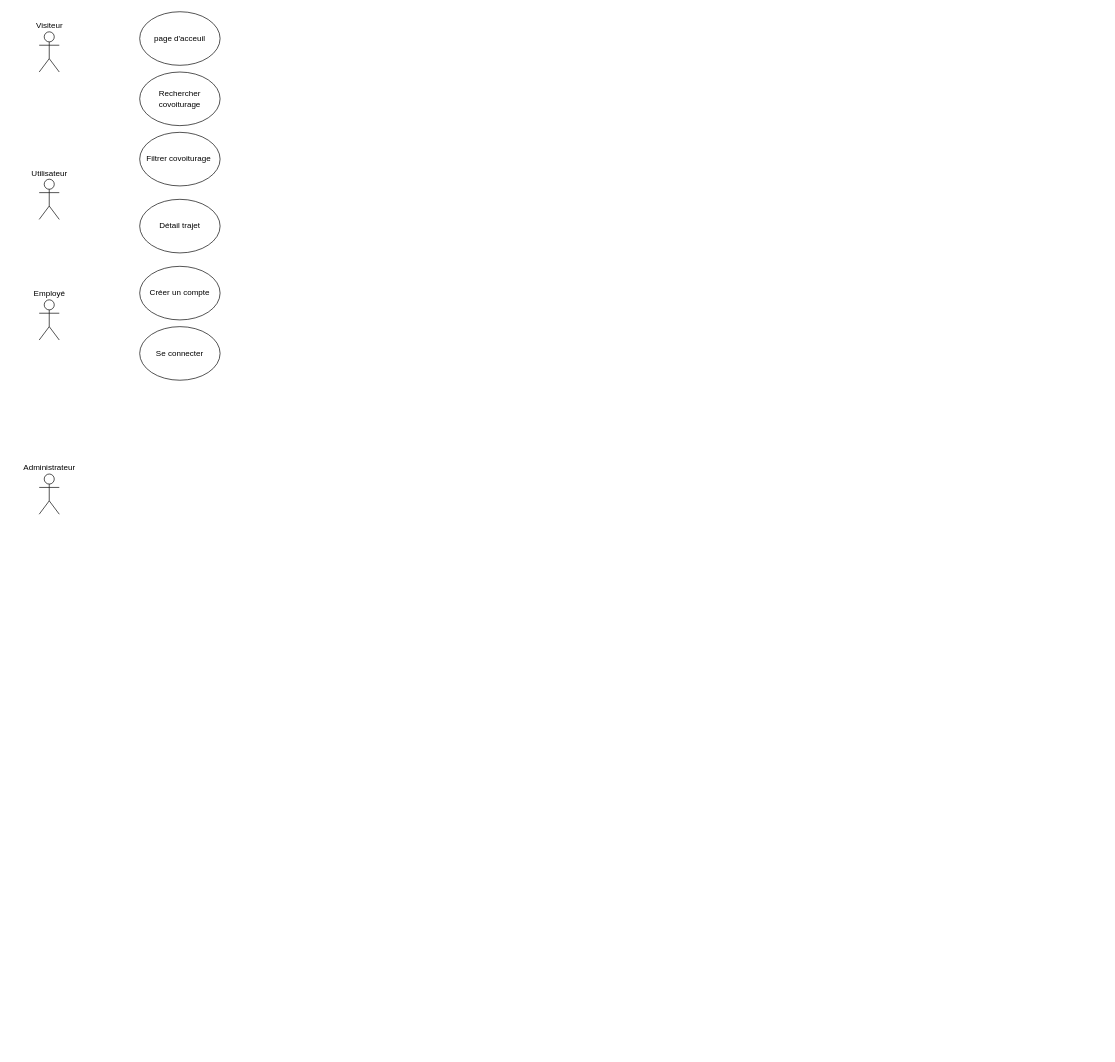
julien782/covoiturage keeps this draw.io diagram as Diagramme cas d'utilisation ecoride.drawio. Above is the earlier version. Source tidied: cells renumbered, new cells numbered last; positions are measured from the earlier drawing's top-left corner, leaving out a move shared by most shapes. Both pictures are drawn from the tidied source at 67%, with x=0, y=0 at pixel (39, 11).
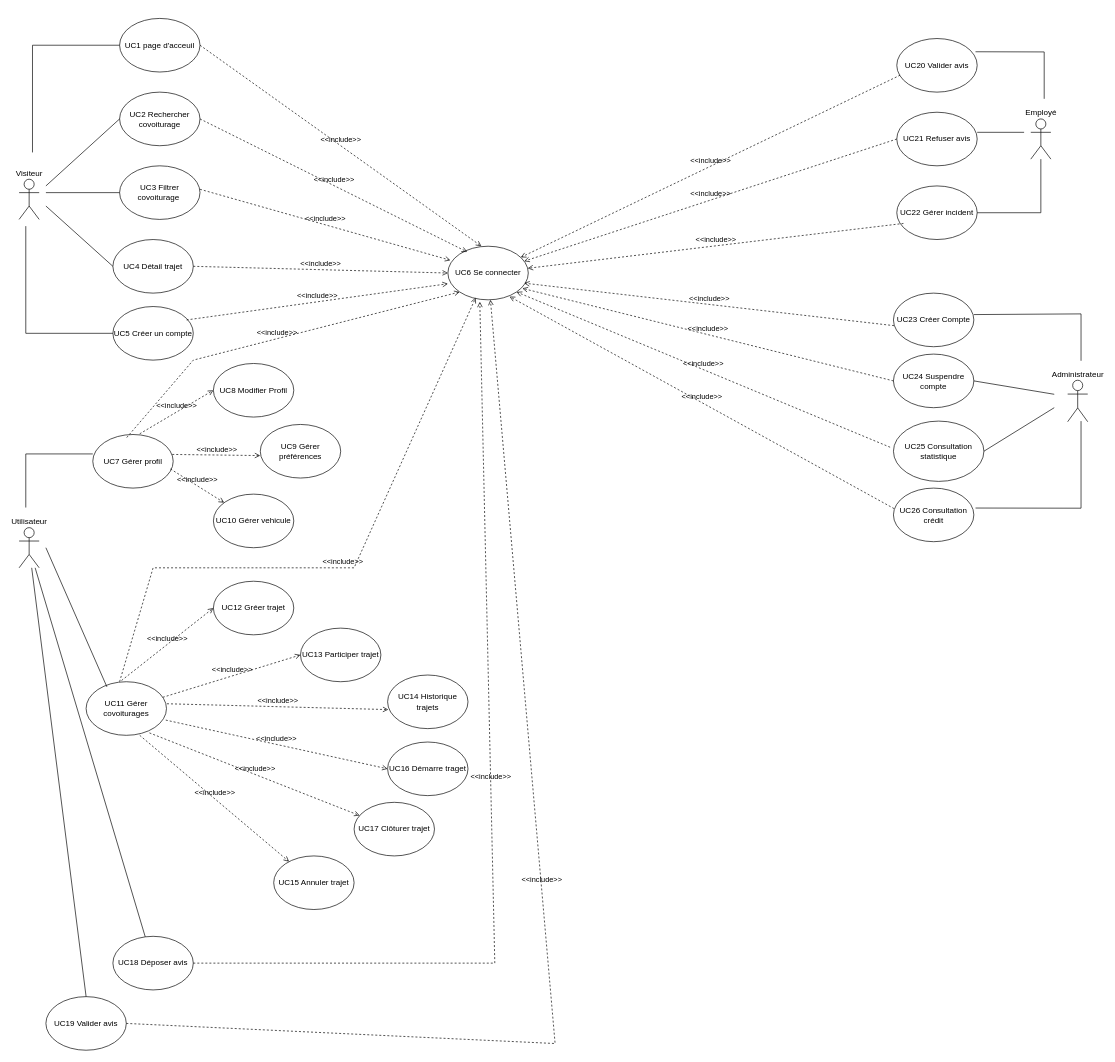
After the change.

Commit message:
Mettre à jour Diagramme cas d'utilisation ecoride.drawio

Change to the diagram source:
```diff
@@
     <mxCell id="2" value="Visiteur" style="shape=umlActor;verticalLabelPosition=top;verticalAlign=bottom;html=1;labelPosition=center;align=center;" parent="1" vertex="1">
-      <mxGeometry y="30" width="30" height="60" as="geometry" />
+      <mxGeometry x="-30" y="250" width="30" height="60" as="geometry" />
     </mxCell>
     <mxCell id="3" value="Utilisateur" style="shape=umlActor;verticalLabelPosition=top;verticalAlign=bottom;html=1;outlineConnect=0;labelPosition=center;align=center;" parent="1" vertex="1">
-      <mxGeometry y="250" width="30" height="60" as="geometry" />
+      <mxGeometry x="-30" y="770" width="30" height="60" as="geometry" />
     </mxCell>
     <mxCell id="4" value="Employé" style="shape=umlActor;verticalLabelPosition=top;verticalAlign=bottom;html=1;outlineConnect=0;labelPosition=center;align=center;" parent="1" vertex="1">
-      <mxGeometry y="430" width="30" height="60" as="geometry" />
+      <mxGeometry x="1480" y="160" width="30" height="60" as="geometry" />
     </mxCell>
-    <mxCell id="5" value="Administrateur" style="shape=umlActor;verticalLabelPosition=top;verticalAlign=bottom;html=1;labelPosition=center;align=center;" parent="1" vertex="1">
-      <mxGeometry y="690" width="30" height="60" as="geometry" />
-    </mxCell>
-    <mxCell id="6" value="page d'acceuil" style="ellipse;whiteSpace=wrap;html=1;" parent="1" vertex="1">
-      <mxGeometry x="150" width="120" height="80" as="geometry" />
+    <mxCell id="6" value="UC1 page d'acceuil" style="ellipse;whiteSpace=wrap;html=1;" parent="1" vertex="1">
+      <mxGeometry x="120" y="10" width="120" height="80" as="geometry" />
     </mxCell>
-    <mxCell id="7" value="Rechercher covoiturage" style="ellipse;whiteSpace=wrap;html=1;" parent="1" vertex="1">
-      <mxGeometry x="150" y="90" width="120" height="80" as="geometry" />
+    <mxCell id="7" value="UC2 Rechercher covoiturage" style="ellipse;whiteSpace=wrap;html=1;" parent="1" vertex="1">
+      <mxGeometry x="120" y="120" width="120" height="80" as="geometry" />
     </mxCell>
-    <mxCell id="8" value="Filtrer covoiturage&amp;nbsp;" style="ellipse;whiteSpace=wrap;html=1;" parent="1" vertex="1">
-      <mxGeometry x="150" y="180" width="120" height="80" as="geometry" />
+    <mxCell id="8" value="UC3 Filtrer covoiturage&amp;nbsp;" style="ellipse;whiteSpace=wrap;html=1;" parent="1" vertex="1">
+      <mxGeometry x="120" y="230" width="120" height="80" as="geometry" />
     </mxCell>
-    <mxCell id="9" value="Détail trajet" style="ellipse;whiteSpace=wrap;html=1;" parent="1" vertex="1">
-      <mxGeometry x="150" y="280" width="120" height="80" as="geometry" />
+    <mxCell id="9" value="UC4 Détail trajet" style="ellipse;whiteSpace=wrap;html=1;" parent="1" vertex="1">
+      <mxGeometry x="110" y="340" width="120" height="80" as="geometry" />
     </mxCell>
-    <mxCell id="10" value="Créer un compte" style="ellipse;whiteSpace=wrap;html=1;" parent="1" vertex="1">
-      <mxGeometry x="150" y="380" width="120" height="80" as="geometry" />
+    <mxCell id="10" value="UC5 Créer un compte" style="ellipse;whiteSpace=wrap;html=1;" parent="1" vertex="1">
+      <mxGeometry x="110" y="440" width="120" height="80" as="geometry" />
     </mxCell>
-    <mxCell id="11" value="Se connecter" style="ellipse;whiteSpace=wrap;html=1;" parent="1" vertex="1">
-      <mxGeometry x="150" y="470" width="120" height="80" as="geometry" />
+    <mxCell id="11" value="UC6 Se connecter" style="ellipse;whiteSpace=wrap;html=1;" parent="1" vertex="1">
+      <mxGeometry x="610" y="350" width="120" height="80" as="geometry" />
     </mxCell>
+    <mxCell id="12" value="UC7 Gérer profil" style="ellipse;whiteSpace=wrap;html=1;" parent="1" vertex="1">
+      <mxGeometry x="80" y="631" width="120" height="80" as="geometry" />
+    </mxCell>
+    <mxCell id="13" value="UC8 Modifier Profil" style="ellipse;whiteSpace=wrap;html=1;" parent="1" vertex="1">
+      <mxGeometry x="260" y="525" width="120" height="80" as="geometry" />
+    </mxCell>
+    <mxCell id="14" value="UC10 Gérer vehicule" style="ellipse;whiteSpace=wrap;html=1;" parent="1" vertex="1">
+      <mxGeometry x="260" y="720" width="120" height="80" as="geometry" />
+    </mxCell>
+    <mxCell id="15" value="UC11 Gérer covoiturages" style="ellipse;whiteSpace=wrap;html=1;" parent="1" vertex="1">
+      <mxGeometry x="70" y="1000" width="120" height="80" as="geometry" />
+    </mxCell>
+    <mxCell id="16" value="UC12 Gréer trajet" style="ellipse;whiteSpace=wrap;html=1;" parent="1" vertex="1">
+      <mxGeometry x="260" y="850" width="120" height="80" as="geometry" />
+    </mxCell>
+    <mxCell id="17" value="UC13 Participer trajet" style="ellipse;whiteSpace=wrap;html=1;" parent="1" vertex="1">
+      <mxGeometry x="390" y="920" width="120" height="80" as="geometry" />
+    </mxCell>
+    <mxCell id="18" value="UC14 Historique trajets" style="ellipse;whiteSpace=wrap;html=1;" parent="1" vertex="1">
+      <mxGeometry x="520" y="990" width="120" height="80" as="geometry" />
+    </mxCell>
+    <mxCell id="19" value="UC16 Démarre traget" style="ellipse;whiteSpace=wrap;html=1;" parent="1" vertex="1">
+      <mxGeometry x="520" y="1090" width="120" height="80" as="geometry" />
+    </mxCell>
+    <mxCell id="20" value="UC15 Annuler trajet" style="ellipse;whiteSpace=wrap;html=1;" parent="1" vertex="1">
+      <mxGeometry x="350" y="1260" width="120" height="80" as="geometry" />
+    </mxCell>
+    <mxCell id="21" value="UC17 Clôturer trajet" style="ellipse;whiteSpace=wrap;html=1;" parent="1" vertex="1">
+      <mxGeometry x="470" y="1180" width="120" height="80" as="geometry" />
+    </mxCell>
+    <mxCell id="22" value="UC18 Déposer avis" style="ellipse;whiteSpace=wrap;html=1;" parent="1" vertex="1">
+      <mxGeometry x="110" y="1380" width="120" height="80" as="geometry" />
+    </mxCell>
+    <mxCell id="23" value="UC19 Valider avis" style="ellipse;whiteSpace=wrap;html=1;" parent="1" vertex="1">
+      <mxGeometry x="10" y="1470" width="120" height="80" as="geometry" />
+    </mxCell>
+    <mxCell id="24" value="UC20 Valider avis" style="ellipse;whiteSpace=wrap;html=1;" parent="1" vertex="1">
+      <mxGeometry x="1280" y="40" width="120" height="80" as="geometry" />
+    </mxCell>
+    <mxCell id="25" value="UC21 Refuser avis" style="ellipse;whiteSpace=wrap;html=1;" parent="1" vertex="1">
+      <mxGeometry x="1280" y="150" width="120" height="80" as="geometry" />
+    </mxCell>
+    <mxCell id="26" value="UC22 Gérer incident" style="ellipse;whiteSpace=wrap;html=1;" parent="1" vertex="1">
+      <mxGeometry x="1280" y="260" width="120" height="80" as="geometry" />
+    </mxCell>
+    <mxCell id="27" style="endArrow=none;html=1;rounded=0;entryX=1;entryY=0.5;entryDx=0;entryDy=0;" parent="1" edge="1" source="4" target="26">
+      <mxGeometry relative="1" as="geometry">
+        <Array as="points">
+          <mxPoint x="1495" y="300" />
+        </Array>
+      </mxGeometry>
+    </mxCell>
+    <mxCell id="28" style="endArrow=none;html=1;rounded=0;entryX=0.979;entryY=0.247;entryDx=0;entryDy=0;entryPerimeter=0;" parent="1" edge="1" target="24">
+      <mxGeometry relative="1" as="geometry">
+        <mxPoint x="1500" y="130" as="sourcePoint" />
+        <Array as="points">
+          <mxPoint x="1500" y="60" />
+        </Array>
+      </mxGeometry>
+    </mxCell>
+    <mxCell id="29" style="endArrow=none;html=1;rounded=0;" parent="1" edge="1">
+      <mxGeometry relative="1" as="geometry">
+        <mxPoint x="1470" y="180" as="sourcePoint" />
+        <mxPoint x="1400" y="180" as="targetPoint" />
+      </mxGeometry>
+    </mxCell>
+    <mxCell id="30" value="&amp;lt;&amp;lt;include&amp;gt;&amp;gt;" style="edgeStyle=none;html=1;endArrow=open;verticalAlign=bottom;dashed=1;labelBackgroundColor=none;rounded=0;exitX=0.042;exitY=0.684;exitDx=0;exitDy=0;exitPerimeter=0;" parent="1" edge="1" source="24" target="11">
+      <mxGeometry relative="1" as="geometry" />
+    </mxCell>
+    <mxCell id="31" value="&amp;lt;&amp;lt;include&amp;gt;&amp;gt;" style="edgeStyle=none;html=1;endArrow=open;verticalAlign=bottom;dashed=1;labelBackgroundColor=none;rounded=0;exitX=0;exitY=0.5;exitDx=0;exitDy=0;" parent="1" edge="1" source="25" target="11">
+      <mxGeometry relative="1" as="geometry" />
+    </mxCell>
+    <mxCell id="32" value="&amp;lt;&amp;lt;include&amp;gt;&amp;gt;" style="edgeStyle=none;html=1;endArrow=open;verticalAlign=bottom;dashed=1;labelBackgroundColor=none;rounded=0;exitX=0.083;exitY=0.7;exitDx=0;exitDy=0;exitPerimeter=0;" parent="1" edge="1" source="26" target="11">
+      <mxGeometry relative="1" as="geometry" />
+    </mxCell>
+    <mxCell id="33" style="edgeStyle=none;html=1;endArrow=none;verticalAlign=bottom;rounded=0;entryX=0;entryY=0.5;entryDx=0;entryDy=0;" parent="1" edge="1" target="6">
+      <mxGeometry relative="1" as="geometry">
+        <mxPoint x="-10" y="210" as="sourcePoint" />
+        <Array as="points">
+          <mxPoint x="-10" y="50" />
+        </Array>
+      </mxGeometry>
+    </mxCell>
+    <mxCell id="34" style="edgeStyle=none;html=1;endArrow=none;verticalAlign=bottom;rounded=0;entryX=0;entryY=0.5;entryDx=0;entryDy=0;" parent="1" edge="1" target="7">
+      <mxGeometry relative="1" as="geometry">
+        <mxPoint x="10" y="260" as="sourcePoint" />
+      </mxGeometry>
+    </mxCell>
+    <mxCell id="35" style="edgeStyle=none;html=1;endArrow=none;verticalAlign=bottom;rounded=0;entryX=0;entryY=0.5;entryDx=0;entryDy=0;" parent="1" edge="1" target="8">
+      <mxGeometry relative="1" as="geometry">
+        <mxPoint x="10" y="270" as="sourcePoint" />
+      </mxGeometry>
+    </mxCell>
+    <mxCell id="36" style="edgeStyle=none;html=1;endArrow=none;verticalAlign=bottom;rounded=0;entryX=0;entryY=0.5;entryDx=0;entryDy=0;" parent="1" edge="1" target="10">
+      <mxGeometry relative="1" as="geometry">
+        <mxPoint x="-20" y="320" as="sourcePoint" />
+        <Array as="points">
+          <mxPoint x="-20" y="480" />
+        </Array>
+      </mxGeometry>
+    </mxCell>
+    <mxCell id="37" style="edgeStyle=none;html=1;endArrow=none;verticalAlign=bottom;rounded=0;entryX=0;entryY=0.5;entryDx=0;entryDy=0;" parent="1" edge="1" target="9">
+      <mxGeometry relative="1" as="geometry">
+        <mxPoint x="10" y="290" as="sourcePoint" />
+      </mxGeometry>
+    </mxCell>
+    <mxCell id="38" value="&amp;lt;&amp;lt;include&amp;gt;&amp;gt;" style="edgeStyle=none;html=1;endArrow=open;verticalAlign=bottom;dashed=1;labelBackgroundColor=none;rounded=0;exitX=1;exitY=0.5;exitDx=0;exitDy=0;entryX=0.24;entryY=0.106;entryDx=0;entryDy=0;entryPerimeter=0;" parent="1" edge="1" target="11">
+      <mxGeometry relative="1" as="geometry">
+        <mxPoint x="240" y="160" as="sourcePoint" />
+      </mxGeometry>
+    </mxCell>
+    <mxCell id="39" value="&amp;lt;&amp;lt;include&amp;gt;&amp;gt;" style="edgeStyle=none;html=1;endArrow=open;verticalAlign=bottom;dashed=1;labelBackgroundColor=none;rounded=0;exitX=1;exitY=0.5;exitDx=0;exitDy=0;entryX=0.031;entryY=0.262;entryDx=0;entryDy=0;entryPerimeter=0;" parent="1" edge="1" target="11">
+      <mxGeometry relative="1" as="geometry">
+        <mxPoint x="240" y="265" as="sourcePoint" />
+      </mxGeometry>
+    </mxCell>
+    <mxCell id="40" value="&amp;lt;&amp;lt;include&amp;gt;&amp;gt;" style="edgeStyle=none;html=1;endArrow=open;verticalAlign=bottom;dashed=1;labelBackgroundColor=none;rounded=0;exitX=1;exitY=0.5;exitDx=0;exitDy=0;entryX=0;entryY=0.5;entryDx=0;entryDy=0;" parent="1" edge="1" source="9" target="11">
+      <mxGeometry relative="1" as="geometry" />
+    </mxCell>
+    <mxCell id="41" value="&amp;lt;&amp;lt;include&amp;gt;&amp;gt;" style="edgeStyle=none;html=1;endArrow=open;verticalAlign=bottom;dashed=1;labelBackgroundColor=none;rounded=0;exitX=1;exitY=0.5;exitDx=0;exitDy=0;entryX=0;entryY=0.7;entryDx=0;entryDy=0;entryPerimeter=0;" parent="1" edge="1" target="11">
+      <mxGeometry relative="1" as="geometry">
+        <mxPoint x="220" y="460" as="sourcePoint" />
+      </mxGeometry>
+    </mxCell>
+    <mxCell id="5" value="Administrateur" style="shape=umlActor;verticalLabelPosition=top;verticalAlign=bottom;html=1;labelPosition=center;align=center;" parent="1" vertex="1">
+      <mxGeometry x="1535" y="550" width="30" height="62" as="geometry" />
+    </mxCell>
+    <mxCell id="42" value="UC23 Créer Compte" style="ellipse;whiteSpace=wrap;html=1;" parent="1" vertex="1">
+      <mxGeometry x="1275" y="420" width="120" height="80" as="geometry" />
+    </mxCell>
+    <mxCell id="43" value="UC24 Suspendre compte" style="ellipse;whiteSpace=wrap;html=1;" parent="1" vertex="1">
+      <mxGeometry x="1275" y="511" width="120" height="80" as="geometry" />
+    </mxCell>
+    <mxCell id="44" value="UC25 Consultation statistique" style="ellipse;whiteSpace=wrap;html=1;" parent="1" vertex="1">
+      <mxGeometry x="1275" y="611" width="135" height="90" as="geometry" />
+    </mxCell>
+    <mxCell id="45" value="UC26 Consultation crédit" style="ellipse;whiteSpace=wrap;html=1;" parent="1" vertex="1">
+      <mxGeometry x="1275" y="711" width="120" height="80" as="geometry" />
+    </mxCell>
+    <mxCell id="46" style="edgeStyle=none;html=1;endArrow=none;verticalAlign=bottom;rounded=0;exitX=1;exitY=0.4;exitDx=0;exitDy=0;exitPerimeter=0;" parent="1" edge="1" source="42">
+      <mxGeometry relative="1" as="geometry">
+        <mxPoint x="1555" y="521" as="targetPoint" />
+        <Array as="points">
+          <mxPoint x="1555" y="451" />
+        </Array>
+      </mxGeometry>
+    </mxCell>
+    <mxCell id="47" style="edgeStyle=none;html=1;endArrow=none;verticalAlign=bottom;rounded=0;exitX=1;exitY=0.5;exitDx=0;exitDy=0;" parent="1" edge="1" source="43">
+      <mxGeometry relative="1" as="geometry">
+        <mxPoint x="1515" y="571" as="targetPoint" />
+      </mxGeometry>
+    </mxCell>
+    <mxCell id="48" style="edgeStyle=none;html=1;endArrow=none;verticalAlign=bottom;rounded=0;exitX=1;exitY=0.5;exitDx=0;exitDy=0;" parent="1" edge="1" source="44">
+      <mxGeometry relative="1" as="geometry">
+        <mxPoint x="1515" y="591" as="targetPoint" />
+      </mxGeometry>
+    </mxCell>
+    <mxCell id="49" style="edgeStyle=none;html=1;endArrow=none;verticalAlign=bottom;rounded=0;exitX=1.021;exitY=0.372;exitDx=0;exitDy=0;exitPerimeter=0;" parent="1" edge="1" source="45">
+      <mxGeometry relative="1" as="geometry">
+        <mxPoint x="1555" y="611" as="targetPoint" />
+        <Array as="points">
+          <mxPoint x="1555" y="741" />
+        </Array>
+      </mxGeometry>
+    </mxCell>
+    <mxCell id="50" style="edgeStyle=none;html=1;endArrow=none;verticalAlign=bottom;rounded=0;" parent="1" edge="1">
+      <mxGeometry relative="1" as="geometry">
+        <mxPoint x="80" y="660" as="sourcePoint" />
+        <mxPoint x="-20" y="740" as="targetPoint" />
+        <Array as="points">
+          <mxPoint x="-20" y="660" />
+        </Array>
+      </mxGeometry>
+    </mxCell>
+    <mxCell id="51" value="UC9 Gérer préférences" style="ellipse;whiteSpace=wrap;html=1;" parent="1" vertex="1">
+      <mxGeometry x="330" y="616" width="120" height="80" as="geometry" />
+    </mxCell>
+    <mxCell id="52" value="&amp;lt;&amp;lt;include&amp;gt;&amp;gt;" style="edgeStyle=none;html=1;endArrow=open;verticalAlign=bottom;dashed=1;labelBackgroundColor=none;rounded=0;entryX=0;entryY=0.5;entryDx=0;entryDy=0;" parent="1" edge="1" target="13">
+      <mxGeometry relative="1" as="geometry">
+        <mxPoint x="150" y="630" as="sourcePoint" />
+      </mxGeometry>
+    </mxCell>
+    <mxCell id="53" value="&amp;lt;&amp;lt;include&amp;gt;&amp;gt;" style="edgeStyle=none;html=1;endArrow=open;verticalAlign=bottom;dashed=1;labelBackgroundColor=none;rounded=0;exitX=0.988;exitY=0.372;exitDx=0;exitDy=0;exitPerimeter=0;entryX=-0.001;entryY=0.581;entryDx=0;entryDy=0;entryPerimeter=0;" parent="1" edge="1" source="12" target="51">
+      <mxGeometry relative="1" as="geometry" />
+    </mxCell>
+    <mxCell id="54" value="&amp;lt;&amp;lt;include&amp;gt;&amp;gt;" style="edgeStyle=none;html=1;endArrow=open;verticalAlign=bottom;dashed=1;labelBackgroundColor=none;rounded=0;exitX=0.966;exitY=0.643;exitDx=0;exitDy=0;exitPerimeter=0;" parent="1" edge="1" source="12" target="14">
+      <mxGeometry relative="1" as="geometry" />
+    </mxCell>
+    <mxCell id="55" style="edgeStyle=none;html=1;endArrow=none;verticalAlign=bottom;rounded=0;entryX=0.259;entryY=0.096;entryDx=0;entryDy=0;entryPerimeter=0;" parent="1" edge="1" target="15">
+      <mxGeometry relative="1" as="geometry">
+        <mxPoint x="10" y="800" as="sourcePoint" />
+      </mxGeometry>
+    </mxCell>
+    <mxCell id="56" value="&amp;lt;&amp;lt;include&amp;gt;&amp;gt;" style="edgeStyle=none;html=1;endArrow=open;verticalAlign=bottom;dashed=1;labelBackgroundColor=none;rounded=0;exitX=0.441;exitY=-0.023;exitDx=0;exitDy=0;exitPerimeter=0;entryX=0;entryY=0.5;entryDx=0;entryDy=0;" parent="1" edge="1" source="15" target="16">
+      <mxGeometry relative="1" as="geometry" />
+    </mxCell>
+    <mxCell id="57" value="&amp;lt;&amp;lt;include&amp;gt;&amp;gt;" style="edgeStyle=none;html=1;endArrow=open;verticalAlign=bottom;dashed=1;labelBackgroundColor=none;rounded=0;entryX=0;entryY=0.5;entryDx=0;entryDy=0;" parent="1" edge="1" source="15" target="17">
+      <mxGeometry relative="1" as="geometry" />
+    </mxCell>
+    <mxCell id="58" value="&amp;lt;&amp;lt;include&amp;gt;&amp;gt;" style="edgeStyle=none;html=1;endArrow=open;verticalAlign=bottom;dashed=1;labelBackgroundColor=none;rounded=0;entryX=0.009;entryY=0.645;entryDx=0;entryDy=0;entryPerimeter=0;exitX=1.006;exitY=0.411;exitDx=0;exitDy=0;exitPerimeter=0;" parent="1" edge="1" source="15" target="18">
+      <mxGeometry relative="1" as="geometry" />
+    </mxCell>
+    <mxCell id="59" value="&amp;lt;&amp;lt;include&amp;gt;&amp;gt;" style="edgeStyle=none;html=1;endArrow=open;verticalAlign=bottom;dashed=1;labelBackgroundColor=none;rounded=0;entryX=0;entryY=0.5;entryDx=0;entryDy=0;exitX=0.991;exitY=0.716;exitDx=0;exitDy=0;exitPerimeter=0;" parent="1" edge="1" source="15" target="19">
+      <mxGeometry relative="1" as="geometry" />
+    </mxCell>
+    <mxCell id="60" value="&amp;lt;&amp;lt;include&amp;gt;&amp;gt;" style="edgeStyle=none;html=1;endArrow=open;verticalAlign=bottom;dashed=1;labelBackgroundColor=none;rounded=0;exitX=0.788;exitY=0.955;exitDx=0;exitDy=0;exitPerimeter=0;" parent="1" edge="1" source="15" target="21">
+      <mxGeometry relative="1" as="geometry" />
+    </mxCell>
+    <mxCell id="61" value="&amp;lt;&amp;lt;include&amp;gt;&amp;gt;" style="edgeStyle=none;html=1;endArrow=open;verticalAlign=bottom;dashed=1;labelBackgroundColor=none;rounded=0;exitX=0.667;exitY=1;exitDx=0;exitDy=0;exitPerimeter=0;" parent="1" edge="1" source="15" target="20">
+      <mxGeometry relative="1" as="geometry" />
+    </mxCell>
+    <mxCell id="62" style="edgeStyle=none;html=1;endArrow=none;verticalAlign=bottom;rounded=0;" parent="1" edge="1" source="3" target="22">
+      <mxGeometry relative="1" as="geometry" />
+    </mxCell>
+    <mxCell id="63" style="edgeStyle=none;html=1;endArrow=none;verticalAlign=bottom;rounded=0;entryX=0.5;entryY=0;entryDx=0;entryDy=0;" parent="1" edge="1" source="3" target="23">
+      <mxGeometry relative="1" as="geometry" />
+    </mxCell>
+    <mxCell id="64" value="&amp;lt;&amp;lt;include&amp;gt;&amp;gt;" style="edgeStyle=none;html=1;endArrow=open;verticalAlign=bottom;dashed=1;labelBackgroundColor=none;rounded=0;exitX=0.422;exitY=0.057;exitDx=0;exitDy=0;exitPerimeter=0;entryX=0;entryY=1;entryDx=0;entryDy=0;" parent="1" edge="1" source="12" target="11">
+      <mxGeometry relative="1" as="geometry">
+        <Array as="points">
+          <mxPoint x="230" y="520" />
+        </Array>
+      </mxGeometry>
+    </mxCell>
+    <mxCell id="65" value="&amp;lt;&amp;lt;include&amp;gt;&amp;gt;" style="edgeStyle=none;html=1;endArrow=open;verticalAlign=bottom;dashed=1;labelBackgroundColor=none;rounded=0;entryX=0.346;entryY=0.96;entryDx=0;entryDy=0;entryPerimeter=0;" parent="1" edge="1" target="11">
+      <mxGeometry relative="1" as="geometry">
+        <mxPoint x="120" y="1000" as="sourcePoint" />
+        <Array as="points">
+          <mxPoint x="170" y="830" />
+          <mxPoint x="470" y="830" />
+        </Array>
+      </mxGeometry>
+    </mxCell>
+    <mxCell id="66" value="&amp;lt;&amp;lt;include&amp;gt;&amp;gt;" style="edgeStyle=none;html=1;endArrow=open;verticalAlign=bottom;dashed=1;labelBackgroundColor=none;rounded=0;entryX=0.948;entryY=0.689;entryDx=0;entryDy=0;entryPerimeter=0;exitX=0.008;exitY=0.607;exitDx=0;exitDy=0;exitPerimeter=0;" parent="1" edge="1" source="42" target="11">
+      <mxGeometry relative="1" as="geometry" />
+    </mxCell>
+    <mxCell id="67" value="&amp;lt;&amp;lt;include&amp;gt;&amp;gt;" style="edgeStyle=none;html=1;endArrow=open;verticalAlign=bottom;dashed=1;labelBackgroundColor=none;rounded=0;exitX=1;exitY=0.5;exitDx=0;exitDy=0;entryX=0.417;entryY=0;entryDx=0;entryDy=0;entryPerimeter=0;" parent="1" edge="1">
+      <mxGeometry relative="1" as="geometry">
+        <mxPoint x="240" y="50" as="sourcePoint" />
+        <mxPoint x="660" y="350" as="targetPoint" />
+      </mxGeometry>
+    </mxCell>
+    <mxCell id="68" value="&amp;lt;&amp;lt;include&amp;gt;&amp;gt;" style="edgeStyle=none;html=1;endArrow=open;verticalAlign=bottom;dashed=1;labelBackgroundColor=none;rounded=0;entryX=0.926;entryY=0.786;entryDx=0;entryDy=0;entryPerimeter=0;exitX=0;exitY=0.5;exitDx=0;exitDy=0;" parent="1" edge="1" source="43" target="11">
+      <mxGeometry relative="1" as="geometry" />
+    </mxCell>
+    <mxCell id="69" value="&amp;lt;&amp;lt;include&amp;gt;&amp;gt;" style="edgeStyle=none;html=1;endArrow=open;verticalAlign=bottom;dashed=1;labelBackgroundColor=none;rounded=0;entryX=1;entryY=1;entryDx=0;entryDy=0;" parent="1" edge="1" target="11">
+      <mxGeometry relative="1" as="geometry">
+        <mxPoint x="1270" y="650" as="sourcePoint" />
+      </mxGeometry>
+    </mxCell>
+    <mxCell id="70" value="&amp;lt;&amp;lt;include&amp;gt;&amp;gt;" style="edgeStyle=none;html=1;endArrow=open;verticalAlign=bottom;dashed=1;labelBackgroundColor=none;rounded=0;entryX=0.767;entryY=0.939;entryDx=0;entryDy=0;entryPerimeter=0;exitX=0.008;exitY=0.383;exitDx=0;exitDy=0;exitPerimeter=0;" parent="1" edge="1" source="45" target="11">
+      <mxGeometry relative="1" as="geometry" />
+    </mxCell>
+    <mxCell id="71" value="&amp;lt;&amp;lt;include&amp;gt;&amp;gt;" style="edgeStyle=none;html=1;endArrow=open;verticalAlign=bottom;dashed=1;labelBackgroundColor=none;rounded=0;exitX=1;exitY=0.5;exitDx=0;exitDy=0;entryX=0.397;entryY=1.036;entryDx=0;entryDy=0;entryPerimeter=0;" parent="1" edge="1" source="22" target="11">
+      <mxGeometry relative="1" as="geometry">
+        <Array as="points">
+          <mxPoint x="680" y="1420" />
+        </Array>
+      </mxGeometry>
+    </mxCell>
+    <mxCell id="72" value="&amp;lt;&amp;lt;include&amp;gt;&amp;gt;" style="edgeStyle=none;html=1;endArrow=open;verticalAlign=bottom;dashed=1;labelBackgroundColor=none;rounded=0;exitX=1;exitY=0.5;exitDx=0;exitDy=0;" parent="1" edge="1" source="23" target="11">
+      <mxGeometry relative="1" as="geometry">
+        <Array as="points">
+          <mxPoint x="770" y="1540" />
+        </Array>
+      </mxGeometry>
+    </mxCell>
```
